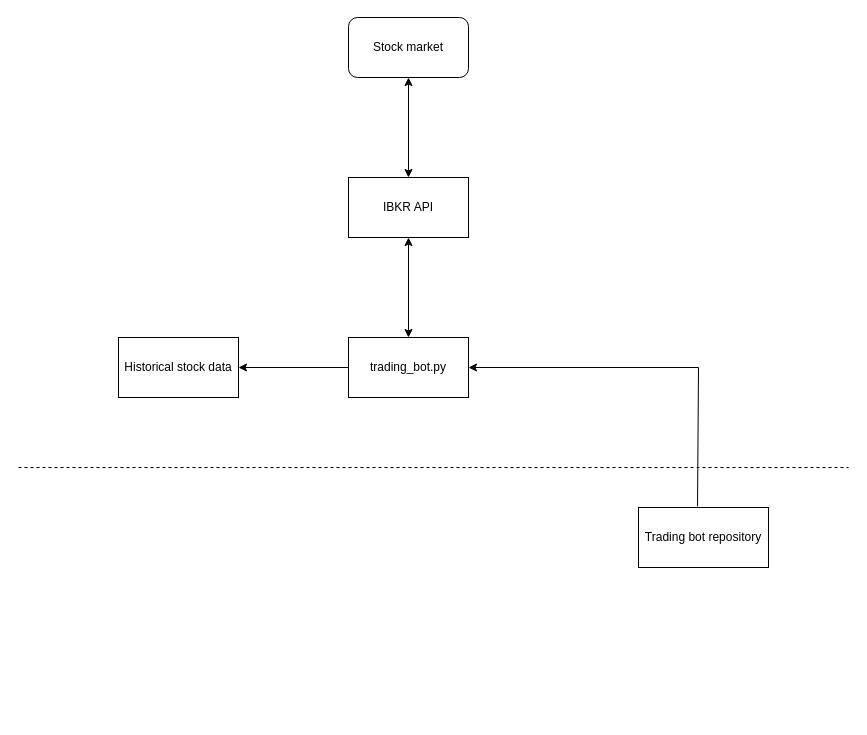
carlssonsleo/frigg keeps this draw.io diagram as system_overview.drawio. Above is the earlier version. Source tidied: cells renumbered, new cells numbered last; positions are measured from the earlier drawing's top-left corner, leaving out a move shared by most shapes. Both pictures are drawn from the tidied source at 100%, with x=0, y=0 at pixel (18, 17).
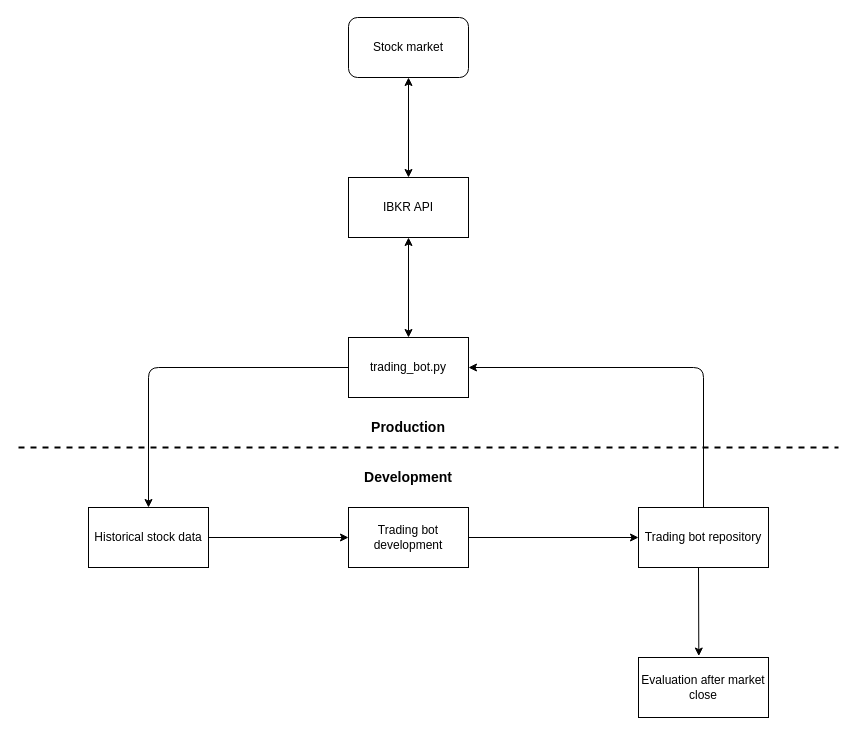
The same diagram, later.

The change refers to these unchanged cells:
```xml
<mxCell id="5" value="trading_bot.py" style="rounded=0;whiteSpace=wrap;html=1;" parent="1" vertex="1">
  <mxGeometry x="330" y="320" width="120" height="60" as="geometry" />
</mxCell>
<mxCell id="10" value="Trading bot repository" style="rounded=0;whiteSpace=wrap;html=1;" parent="1" vertex="1">
  <mxGeometry x="620" y="490" width="130" height="60" as="geometry" />
</mxCell>
```

Diff of the diagram source:
```diff
@@
     <mxCell id="7" value="Historical stock data" style="rounded=0;whiteSpace=wrap;html=1;" parent="1" vertex="1">
-      <mxGeometry x="100" y="320" width="120" height="60" as="geometry" />
+      <mxGeometry x="70" y="490" width="120" height="60" as="geometry" />
     </mxCell>
-    <mxCell id="8" style="endArrow=classic;html=1;entryX=1;entryY=0.5;entryDx=0;entryDy=0;" parent="1" edge="1" target="7">
+    <mxCell id="8" style="endArrow=classic;html=1;entryX=0.5;entryY=0;entryDx=0;entryDy=0;" parent="1" edge="1" target="7">
       <mxGeometry relative="1" as="geometry">
         <mxPoint x="330" y="350" as="sourcePoint" />
+        <Array as="points">
+          <mxPoint x="130" y="350" />
+        </Array>
       </mxGeometry>
     </mxCell>
-    <mxCell id="9" style="endArrow=none;dashed=1;html=1;" parent="1" edge="1">
+    <mxCell id="9" style="endArrow=none;dashed=1;html=1;strokeWidth=2;" parent="1" edge="1">
       <mxGeometry relative="1" as="geometry">
-        <mxPoint y="450" as="sourcePoint" />
-        <mxPoint x="830" y="450" as="targetPoint" />
+        <mxPoint y="430" as="sourcePoint" />
+        <mxPoint x="820" y="430" as="targetPoint" />
       </mxGeometry>
     </mxCell>
@@
-    <mxCell id="11" style="endArrow=classic;html=1;entryX=1;entryY=0.5;entryDx=0;entryDy=0;" parent="1" edge="1" target="5">
-      <mxGeometry relative="1" as="geometry">
-        <mxPoint x="680" y="350" as="sourcePoint" />
-      </mxGeometry>
-    </mxCell>
-    <mxCell id="12" style="endArrow=none;html=1;exitX=0.454;exitY=-0.017;exitDx=0;exitDy=0;exitPerimeter=0;" parent="1" edge="1" source="10">
-      <mxGeometry relative="1" as="geometry">
-        <mxPoint x="680" y="350" as="targetPoint" />
-      </mxGeometry>
-    </mxCell>
+    <mxCell id="13" value="&lt;font style=&quot;font-size: 14px&quot;&gt;&lt;b&gt;Production&lt;/b&gt;&lt;/font&gt;" style="text;html=1;strokeColor=none;fillColor=none;align=center;verticalAlign=middle;whiteSpace=wrap;rounded=0;" parent="1" vertex="1">
+      <mxGeometry x="310" y="400" width="160" height="20" as="geometry" />
+    </mxCell>
+    <mxCell id="14" style="endArrow=classic;html=1;entryX=1;entryY=0.5;entryDx=0;entryDy=0;exitX=0.5;exitY=0;exitDx=0;exitDy=0;" parent="1" edge="1" source="10" target="5">
+      <mxGeometry relative="1" as="geometry">
+        <Array as="points">
+          <mxPoint x="685" y="350" />
+        </Array>
+      </mxGeometry>
+    </mxCell>
+    <mxCell id="15" value="&lt;font style=&quot;font-size: 14px&quot;&gt;&lt;b&gt;Development&lt;/b&gt;&lt;/font&gt;" style="text;html=1;strokeColor=none;fillColor=none;align=center;verticalAlign=middle;whiteSpace=wrap;rounded=0;" parent="1" vertex="1">
+      <mxGeometry x="310" y="450" width="160" height="20" as="geometry" />
+    </mxCell>
+    <mxCell id="16" style="edgeStyle=orthogonalEdgeStyle;rounded=0;orthogonalLoop=1;jettySize=auto;html=1;exitX=0.5;exitY=1;exitDx=0;exitDy=0;" parent="1" edge="1" source="15" target="15">
+      <mxGeometry relative="1" as="geometry" />
+    </mxCell>
+    <mxCell id="17" value="Trading bot&lt;br&gt;development" style="rounded=0;whiteSpace=wrap;html=1;" parent="1" vertex="1">
+      <mxGeometry x="330" y="490" width="120" height="60" as="geometry" />
+    </mxCell>
+    <mxCell id="18" style="endArrow=classic;html=1;strokeWidth=1;entryX=0;entryY=0.5;entryDx=0;entryDy=0;exitX=1;exitY=0.5;exitDx=0;exitDy=0;" parent="1" edge="1" source="17" target="10">
+      <mxGeometry relative="1" as="geometry" />
+    </mxCell>
+    <mxCell id="19" style="endArrow=classic;html=1;strokeWidth=1;entryX=0;entryY=0.5;entryDx=0;entryDy=0;" parent="1" edge="1" target="17">
+      <mxGeometry relative="1" as="geometry">
+        <mxPoint x="190" y="520" as="sourcePoint" />
+      </mxGeometry>
+    </mxCell>
+    <mxCell id="20" value="Evaluation after market close" style="rounded=0;whiteSpace=wrap;html=1;" parent="1" vertex="1">
+      <mxGeometry x="620" y="640" width="130" height="60" as="geometry" />
+    </mxCell>
+    <mxCell id="21" style="endArrow=classic;html=1;strokeWidth=1;entryX=0.464;entryY=-0.024;entryDx=0;entryDy=0;entryPerimeter=0;" parent="1" edge="1" target="20">
+      <mxGeometry relative="1" as="geometry">
+        <mxPoint x="680" y="550" as="sourcePoint" />
+      </mxGeometry>
+    </mxCell>
```
